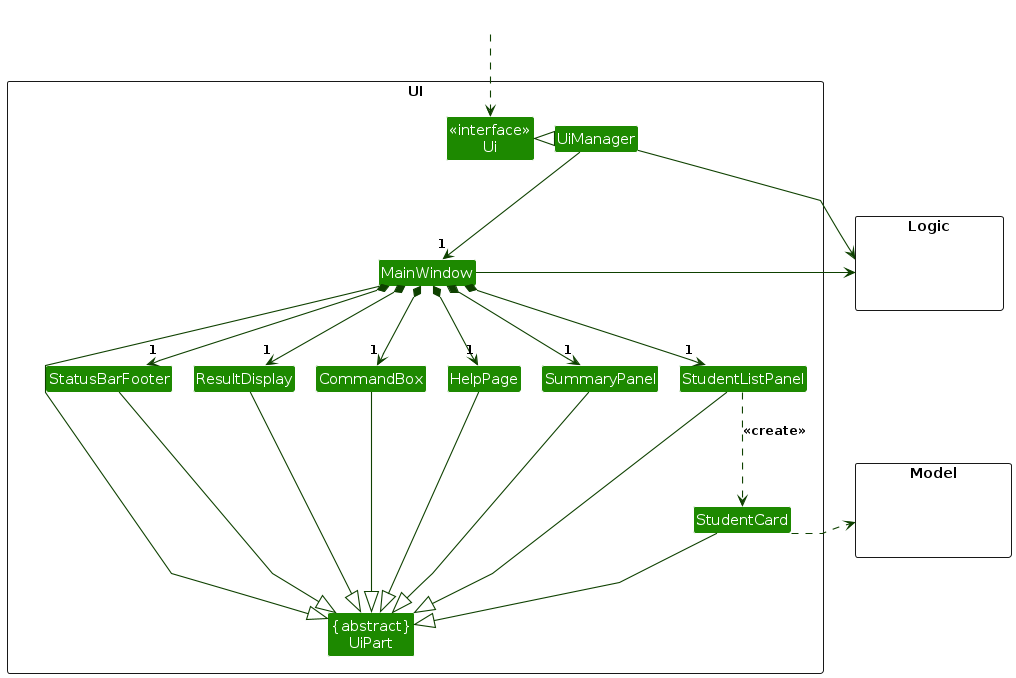
Before: diagrams/UiClassDiagram.png, a diagram exported from PlantUML (AY2627S1-CS2103T-T16-1/tp). Its source is kept beside it as diagrams/UiClassDiagram.puml.
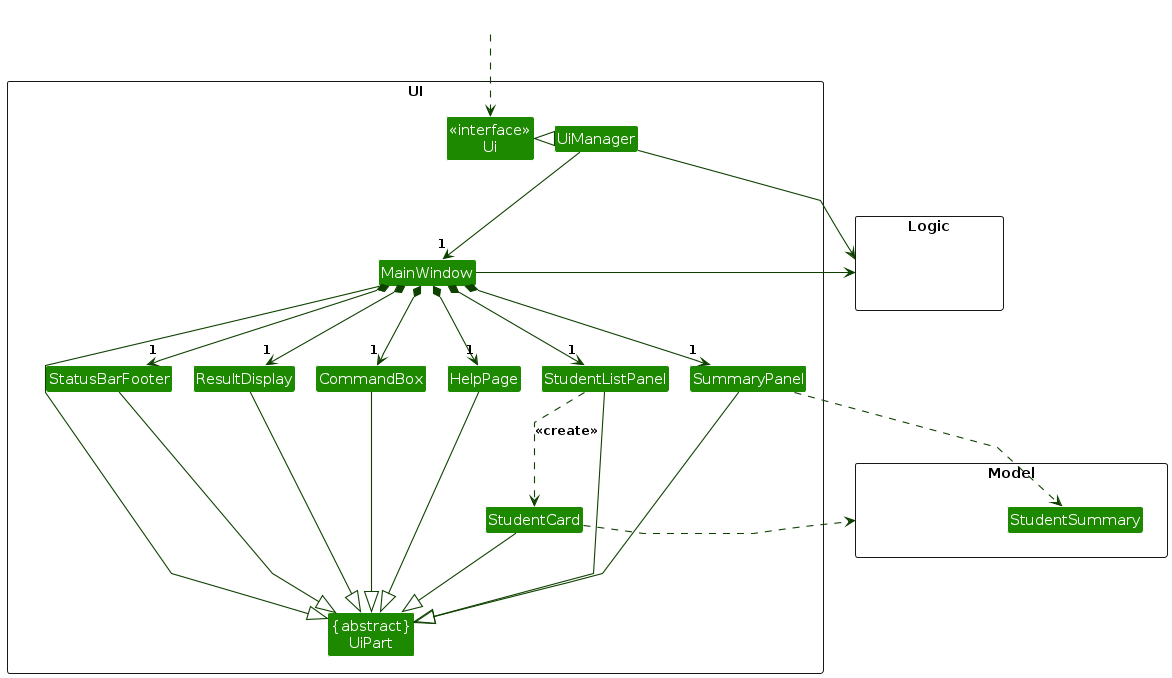
The same file after the commit.

Diff of the diagram source:
```diff
@@ -21,6 +21,7 @@
 }
 
 package Model <<Rectangle>> {
+Class StudentSummary
 Class HiddenModel #FFFFFF
 }
 
@@ -53,6 +54,7 @@
 SummaryPanel --|> UiPart
 
 StudentCard .right.> Model
+SummaryPanel .right.> StudentSummary
 UiManager -right-> Logic
 MainWindow -left-> Logic
 
```
